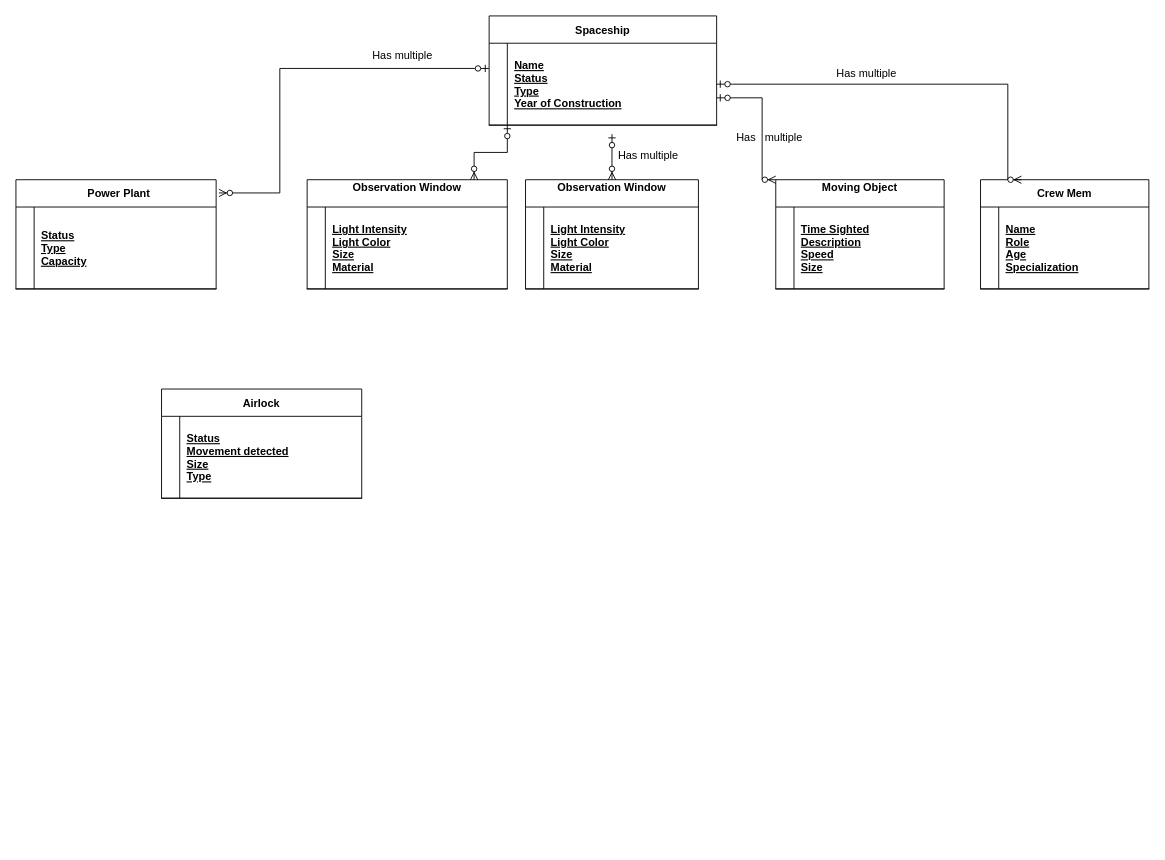
Above: infological diagram.drawio in sc09012/Bases-de-datos-ITM (draw.io), before the change. Source tidied: cells renumbered, new cells numbered last; positions are measured from the earlier drawing's top-left corner, leaving out a move shared by most shapes. Both pictures are drawn from the tidied source at 91%, with x=0, y=0 at pixel (15, 15).
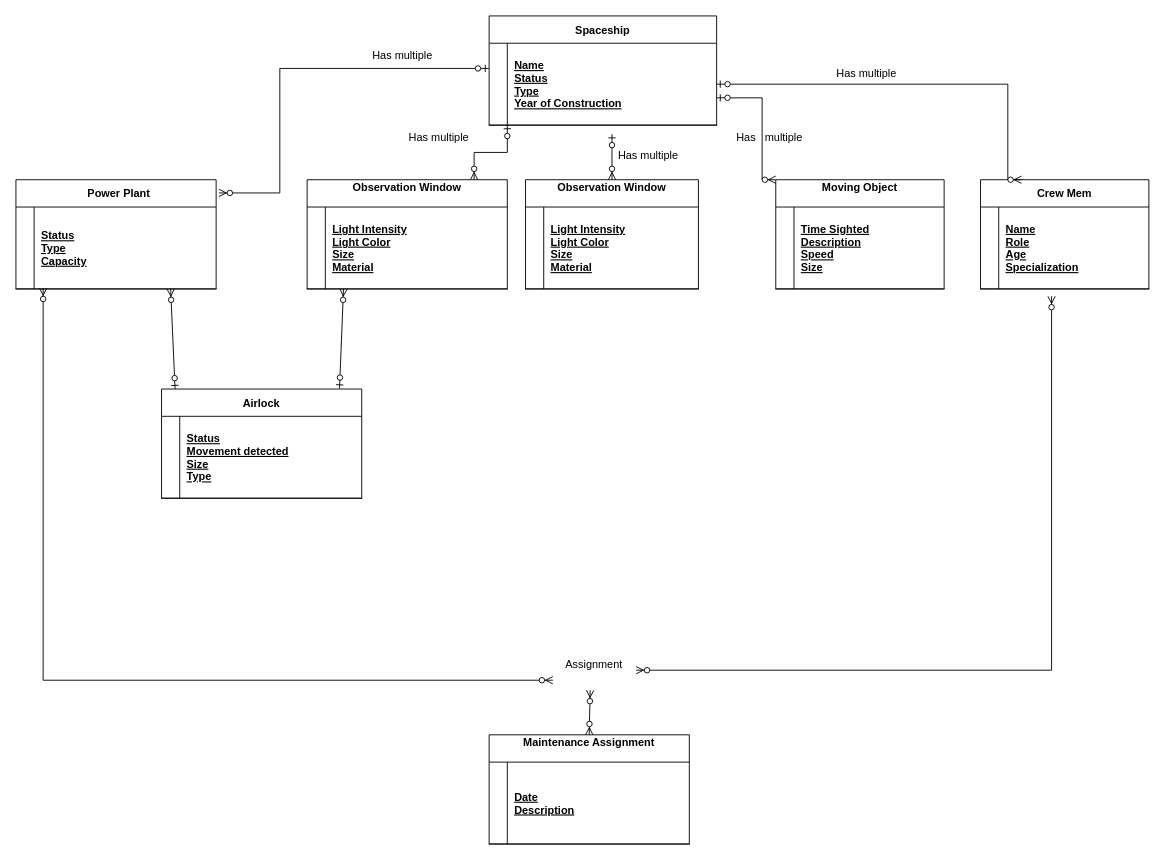
The same page after the edit.

Unchanged cells that the change refers to:
```xml
<mxCell id="7" style="shape=partialRectangle;fillColor=none;points=[[0,0.5],[1,0.5]];portConstraint=eastwest;top=0;left=0;right=0;bottom=1;" parent="6" vertex="1">
  <mxGeometry y="30" width="220" height="90" as="geometry" />
</mxCell>
<mxCell id="27" style="shape=partialRectangle;fillColor=none;points=[[0,0.5],[1,0.5]];portConstraint=eastwest;top=0;left=0;right=0;bottom=1;" parent="26" vertex="1">
  <mxGeometry y="30" width="185" height="90" as="geometry" />
</mxCell>
<mxCell id="35" value="Airlock" style="shape=table;startSize=30;childLayout=tableLayout;rowLines=0;fontStyle=1;align=center;" parent="1" vertex="1">
  <mxGeometry x="160" y="410" width="220" height="120" as="geometry" />
</mxCell>
```

What changed in the source:
```diff
@@
+    <mxCell id="39" style="fontSize=12;html=1;endArrow=ERzeroToMany;startArrow=ERzeroToOne;rounded=0;exitX=0.097;exitY=0.014;exitDx=0;exitDy=0;exitPerimeter=0;" parent="1" edge="1">
+      <mxGeometry relative="1" as="geometry">
+        <mxPoint x="174.9" y="410" as="sourcePoint" />
+        <mxPoint x="170" y="300" as="targetPoint" />
+      </mxGeometry>
+    </mxCell>
+    <mxCell id="40" style="fontSize=12;html=1;endArrow=ERzeroToMany;startArrow=ERzeroToOne;rounded=0;exitX=0.889;exitY=-0.005;exitDx=0;exitDy=0;exitPerimeter=0;" parent="1" edge="1" source="35">
+      <mxGeometry relative="1" as="geometry">
+        <mxPoint x="360" y="300" as="targetPoint" />
+      </mxGeometry>
+    </mxCell>
+    <mxCell id="41" value="Has multiple" style="text;whiteSpace=wrap;" parent="1" vertex="1">
+      <mxGeometry x="430" y="120" width="100" height="40" as="geometry" />
+    </mxCell>
+    <mxCell id="42" style="edgeStyle=elbowEdgeStyle;fontSize=12;html=1;endArrow=ERzeroToMany;endFill=1;startArrow=ERzeroToMany;rounded=0;exitX=0.136;exitY=0.989;exitDx=0;exitDy=0;exitPerimeter=0;elbow=vertical;" parent="1" edge="1" source="7" target="44">
+      <mxGeometry relative="1" as="geometry">
+        <Array as="points">
+          <mxPoint x="320" y="730" />
+          <mxPoint x="110" y="560" />
+        </Array>
+      </mxGeometry>
+    </mxCell>
+    <mxCell id="43" style="edgeStyle=elbowEdgeStyle;fontSize=12;html=1;endArrow=ERzeroToMany;endFill=1;startArrow=ERzeroToMany;rounded=0;elbow=vertical;entryX=0.422;entryY=1.089;entryDx=0;entryDy=0;entryPerimeter=0;exitX=1.017;exitY=0.475;exitDx=0;exitDy=0;exitPerimeter=0;" parent="1" edge="1" source="44" target="27">
+      <mxGeometry relative="1" as="geometry">
+        <Array as="points">
+          <mxPoint x="890" y="719" />
+          <mxPoint x="1380" y="561" />
+        </Array>
+      </mxGeometry>
+    </mxCell>
+    <mxCell id="44" value="Assignment&lt;div&gt;&lt;br&gt;&lt;/div&gt;" style="text;html=1;align=center;verticalAlign=middle;points=[];strokeColor=none;fillColor=none;" parent="1" vertex="1">
+      <mxGeometry x="590" y="700" width="90" height="40" as="geometry" />
+    </mxCell>
+    <mxCell id="45" value="Maintenance Assignment&#10;" style="shape=table;startSize=30;childLayout=tableLayout;rowLines=0;fontStyle=1;align=center;" parent="1" vertex="1">
+      <mxGeometry x="520" y="790" width="220" height="120" as="geometry" />
+    </mxCell>
+    <mxCell id="46" style="shape=partialRectangle;fillColor=none;top=0;left=0;right=0;bottom=1;" parent="45" vertex="1">
+      <mxGeometry y="30" width="220" height="90" as="geometry" />
+    </mxCell>
+    <mxCell id="47" style="shape=partialRectangle;overflow=hidden;fillColor=none;top=0;left=0;bottom=0;right=0;fontStyle=1;" parent="46" vertex="1">
+      <mxGeometry width="20" height="90" as="geometry" />
+    </mxCell>
+    <mxCell id="48" value="Date&#10;Description" style="shape=partialRectangle;overflow=hidden;fillColor=none;top=0;left=0;bottom=0;right=0;align=left;spacingLeft=6;fontStyle=5;" parent="46" vertex="1">
+      <mxGeometry x="20" width="200" height="90" as="geometry" />
+    </mxCell>
+    <mxCell id="49" style="fontSize=12;html=1;endArrow=ERzeroToMany;endFill=1;startArrow=ERzeroToMany;rounded=0;entryX=0.456;entryY=1.025;entryDx=0;entryDy=0;entryPerimeter=0;exitX=0.5;exitY=0;exitDx=0;exitDy=0;" parent="1" edge="1" source="45" target="44">
+      <mxGeometry relative="1" as="geometry" />
+    </mxCell>
```
